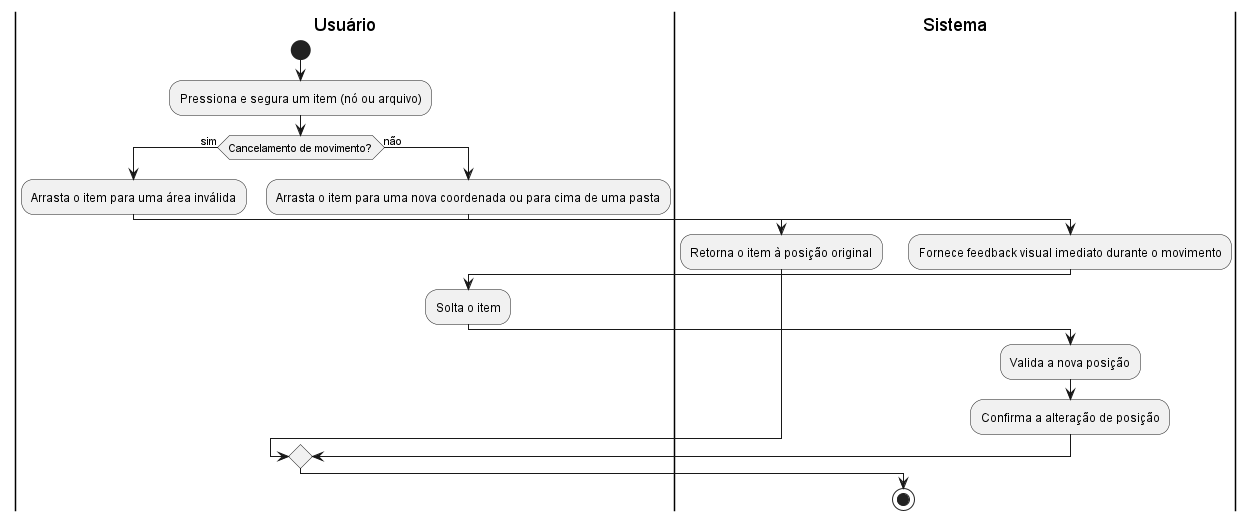
Before: docs/casosUso/imagens/diagramas_atividade/diagrama_UC04.png, a diagram exported from PlantUML (aspiringluke/Projeto-Integrado-Mobile).
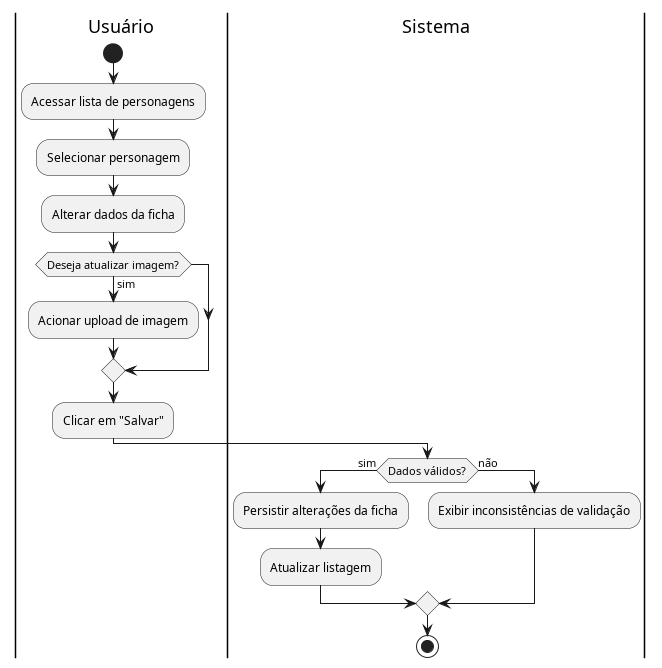
Later version of the same file.

What changed in the source:
```diff
@@ -2,27 +2,20 @@
 
 |Usuário|
 start
-:Pressiona e segura um item (nó ou arquivo);
+:Acessar lista de personagens;
+:Selecionar personagem;
+:Alterar dados da ficha;
+if (Deseja atualizar imagem?) then (sim)
+  :Acionar upload de imagem;
+endif
+:Clicar em "Salvar";
 
-if (Cancelamento de movimento?) then (sim)
-    |Usuário|
-    :Arrasta o item para uma área inválida;
-
-    |Sistema|
-    :Retorna o item à posição original;
+|Sistema|
+if (Dados válidos?) then (sim)
+  :Persistir alterações da ficha;
+  :Atualizar listagem;
 else (não)
-    |Usuário|
-    :Arrasta o item para uma nova coordenada ou para cima de uma pasta;
-
-    |Sistema|
-    :Fornece feedback visual imediato durante o movimento;
-
-    |Usuário|
-    :Solta o item;
-
-    |Sistema|
-    :Valida a nova posição;
-    :Confirma a alteração de posição;
+  :Exibir inconsistências de validação;
 endif
 
 stop
```
